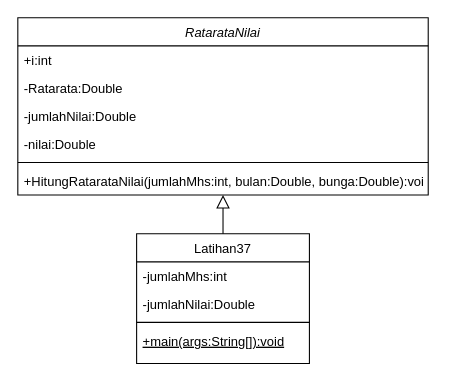
The draw.io diagram Latihan37.drawio in muhammadfauzanfadhlulbarr/PBO10K-10119176-Latihan-37-Rata-rata-Nilai, before the edit. Source tidied: cells renumbered, new cells numbered last; positions are measured from the earlier drawing's top-left corner, leaving out a move shared by most shapes. Both pictures are drawn from the tidied source at 108%, with x=0, y=0 at pixel (17, 17).
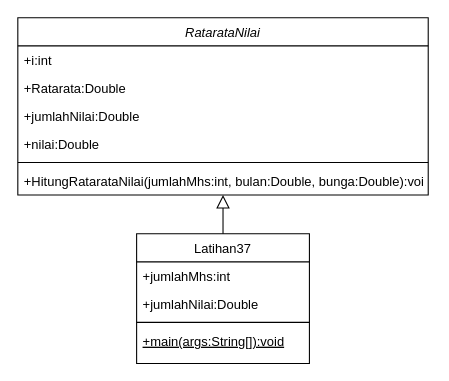
After the change.

Change to the diagram source:
```diff
@@
 <mxGraphModel>
   <root>
     <mxCell id="0" />
     <mxCell id="1" parent="0" />
     <mxCell id="2" value="RatarataNilai" style="swimlane;fontStyle=2;align=center;verticalAlign=top;horizontal=1;startSize=26;rounded=0;shadow=0;strokeWidth=1;" parent="1" vertex="1">
       <mxGeometry width="380" height="164" as="geometry" />
     </mxCell>
     <mxCell id="3" value="+i:int" style="text;align=left;verticalAlign=top;spacingLeft=4;spacingRight=4;overflow=hidden;rounded=0;shadow=0;html=0;" parent="2" vertex="1">
       <mxGeometry y="26" width="380" height="26" as="geometry" />
     </mxCell>
-    <mxCell id="4" value="-Ratarata:Double" style="text;align=left;verticalAlign=top;spacingLeft=4;spacingRight=4;overflow=hidden;" parent="2" vertex="1">
+    <mxCell id="4" value="+Ratarata:Double" style="text;align=left;verticalAlign=top;spacingLeft=4;spacingRight=4;overflow=hidden;" parent="2" vertex="1">
       <mxGeometry y="52" width="380" height="26" as="geometry" />
     </mxCell>
-    <mxCell id="5" value="-jumlahNilai:Double" style="text;align=left;verticalAlign=top;spacingLeft=4;spacingRight=4;overflow=hidden;rounded=0;shadow=0;html=0;" parent="2" vertex="1">
+    <mxCell id="5" value="+jumlahNilai:Double" style="text;align=left;verticalAlign=top;spacingLeft=4;spacingRight=4;overflow=hidden;rounded=0;shadow=0;html=0;" parent="2" vertex="1">
       <mxGeometry y="78" width="380" height="26" as="geometry" />
     </mxCell>
-    <mxCell id="6" value="-nilai:Double" style="text;align=left;verticalAlign=top;spacingLeft=4;spacingRight=4;overflow=hidden;rounded=0;shadow=0;html=0;" parent="2" vertex="1">
+    <mxCell id="6" value="+nilai:Double" style="text;align=left;verticalAlign=top;spacingLeft=4;spacingRight=4;overflow=hidden;rounded=0;shadow=0;html=0;" parent="2" vertex="1">
       <mxGeometry y="104" width="380" height="26" as="geometry" />
     </mxCell>
     <mxCell id="7" style="line;html=1;strokeWidth=1;align=left;verticalAlign=middle;spacingTop=-1;spacingLeft=3;spacingRight=3;labelPosition=right;" parent="2" vertex="1">
       <mxGeometry y="130" width="380" height="8" as="geometry" />
     </mxCell>
     <mxCell id="8" value="+HitungRatarataNilai(jumlahMhs:int, bulan:Double, bunga:Double):void" style="text;align=left;verticalAlign=top;spacingLeft=4;spacingRight=4;overflow=hidden;" parent="2" vertex="1">
       <mxGeometry y="138" width="380" height="26" as="geometry" />
     </mxCell>
     <mxCell id="9" value="Latihan37" style="swimlane;fontStyle=0;align=center;verticalAlign=top;horizontal=1;startSize=26;rounded=0;shadow=0;strokeWidth=1;" parent="1" vertex="1">
       <mxGeometry x="110" y="200" width="160" height="120" as="geometry" />
     </mxCell>
-    <mxCell id="10" value="-jumlahMhs:int" style="text;align=left;verticalAlign=top;spacingLeft=4;spacingRight=4;overflow=hidden;rounded=0;shadow=0;html=0;" parent="9" vertex="1">
+    <mxCell id="10" value="+jumlahMhs:int" style="text;align=left;verticalAlign=top;spacingLeft=4;spacingRight=4;overflow=hidden;rounded=0;shadow=0;html=0;" parent="9" vertex="1">
       <mxGeometry y="26" width="160" height="26" as="geometry" />
     </mxCell>
-    <mxCell id="11" value="-jumlahNilai:Double" style="text;align=left;verticalAlign=top;spacingLeft=4;spacingRight=4;overflow=hidden;rounded=0;shadow=0;html=0;" parent="9" vertex="1">
+    <mxCell id="11" value="+jumlahNilai:Double" style="text;align=left;verticalAlign=top;spacingLeft=4;spacingRight=4;overflow=hidden;rounded=0;shadow=0;html=0;" parent="9" vertex="1">
       <mxGeometry y="52" width="160" height="26" as="geometry" />
     </mxCell>
     <mxCell id="12" style="line;html=1;strokeWidth=1;align=left;verticalAlign=middle;spacingTop=-1;spacingLeft=3;spacingRight=3;labelPosition=right;" parent="9" vertex="1">
       <mxGeometry y="78" width="160" height="8" as="geometry" />
     </mxCell>
     <mxCell id="13" value="+main(args:String[]):void" style="text;align=left;verticalAlign=top;spacingLeft=4;spacingRight=4;overflow=hidden;fontStyle=4;" parent="9" vertex="1">
       <mxGeometry y="86" width="160" height="18" as="geometry" />
     </mxCell>
     <mxCell id="14" style="endArrow=block;endSize=10;endFill=0;shadow=0;strokeWidth=1;rounded=0;edgeStyle=elbowEdgeStyle;elbow=vertical;" parent="1" edge="1" source="9" target="2">
       <mxGeometry relative="1" as="geometry" />
     </mxCell>
   </root>
 </mxGraphModel>
```
